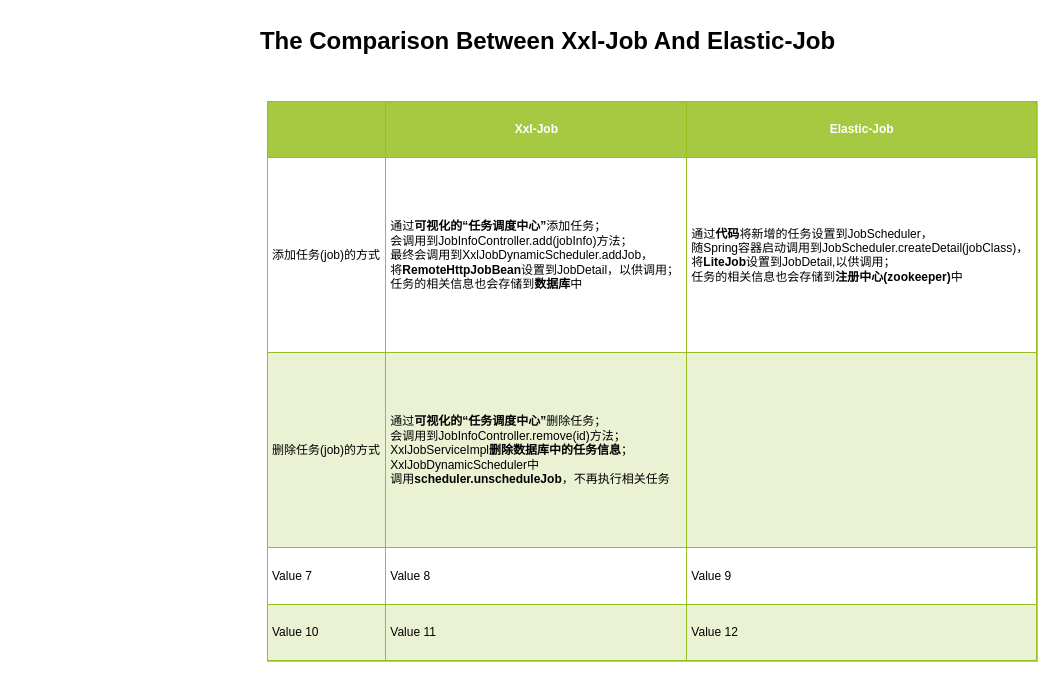
Earlier version of the draw.io diagram xxl-job/The Comparison Between Xxl-Job And Elastic-Job.drawio (llrrbaba/BlogList). Source tidied: cells renumbered, new cells numbered last; positions are measured from the earlier drawing's top-left corner, leaving out a move shared by most shapes. Both pictures are drawn from the tidied source at 100%, with x=0, y=0 at pixel (157, 21).
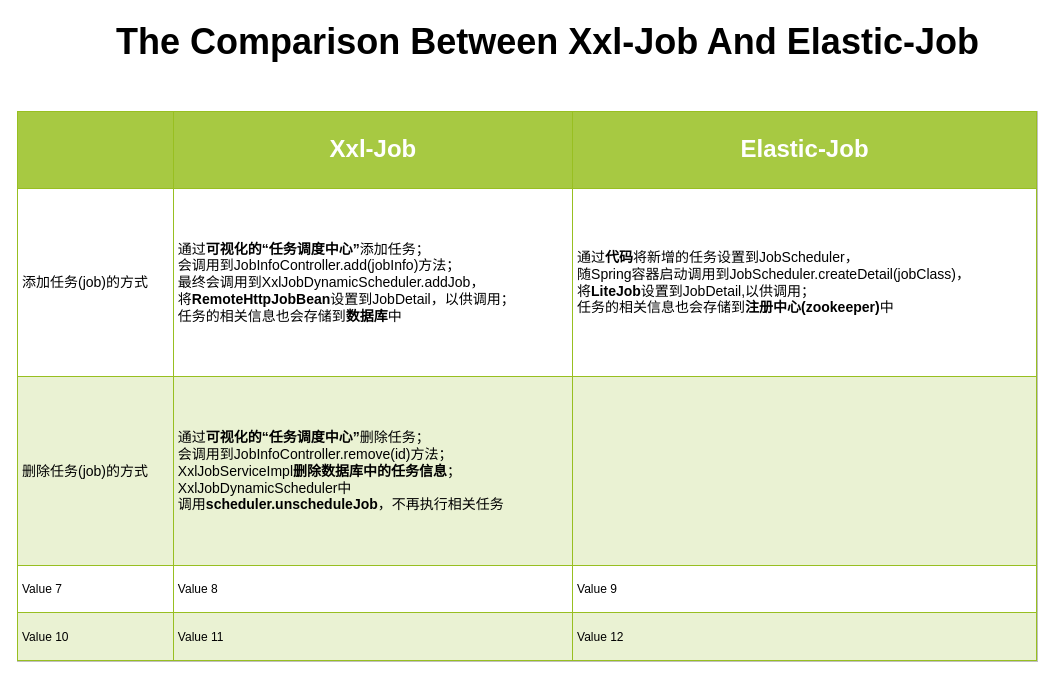
The same diagram, later.

What changed in the source:
```diff
@@
 <mxGraphModel background="#ffffff">
   <root>
     <mxCell id="0" />
     <mxCell id="1" parent="0" />
-    <mxCell id="2" value="The C&lt;span&gt;omparison Between Xxl-Job And Elastic-Job&lt;/span&gt;" style="text;strokeColor=none;fillColor=none;html=1;fontSize=24;fontStyle=1;verticalAlign=middle;align=center;rounded=0;shadow=1;" parent="1" vertex="1">
+    <mxCell id="2" value="&lt;font style=&quot;font-size: 36px&quot;&gt;The C&lt;span&gt;omparison Between Xxl-Job And Elastic-Job&lt;/span&gt;&lt;/font&gt;" style="text;strokeColor=none;fillColor=none;html=1;fontSize=24;fontStyle=1;verticalAlign=middle;align=center;rounded=0;shadow=1;" parent="1" vertex="1">
       <mxGeometry width="780" height="40" as="geometry" />
     </mxCell>
-    <mxCell id="3" value="&lt;table border=&quot;1&quot; width=&quot;100%&quot; cellpadding=&quot;4&quot; style=&quot;width: 100% ; height: 100% ; border-collapse: collapse&quot;&gt;&lt;tbody&gt;&lt;tr style=&quot;background-color: #a7c942 ; color: #ffffff ; border: 1px solid #98bf21&quot;&gt;&lt;th align=&quot;left&quot;&gt;&lt;br&gt;&lt;/th&gt;&lt;th align=&quot;left&quot; style=&quot;text-align: center&quot;&gt;Xxl-Job&lt;/th&gt;&lt;th align=&quot;left&quot; style=&quot;text-align: center&quot;&gt;Elastic-Job&lt;/th&gt;&lt;/tr&gt;&lt;tr style=&quot;border: 1px solid #98bf21&quot;&gt;&lt;td&gt;添加任务(job)的方式&lt;/td&gt;&lt;td&gt;通过&lt;b&gt;可视化的“任务调度中心”&lt;/b&gt;添加任务；&lt;br&gt;会调用到JobInfoController.add(jobInfo)方法；&lt;br&gt;最终会调用到XxlJobDynamicScheduler.addJob，&lt;br&gt;将&lt;b&gt;RemoteHttpJobBean&lt;/b&gt;设置到JobDetail，以供调用；&lt;br&gt;任务的相关信息也会存储到&lt;b&gt;数据库&lt;/b&gt;中&lt;/td&gt;&lt;td&gt;通过&lt;b&gt;代码&lt;/b&gt;将新增的任务设置到JobScheduler，&lt;br&gt;随Spring容器启动调用到JobScheduler.createDetail(jobClass)，&lt;br&gt;将&lt;b&gt;LiteJob&lt;/b&gt;设置到JobDetail,以供调用；&lt;br&gt;任务的相关信息也会存储到&lt;b&gt;注册中心(zookeeper)&lt;/b&gt;中&lt;/td&gt;&lt;/tr&gt;&lt;tr style=&quot;background-color: #eaf2d3 ; border: 1px solid #98bf21&quot;&gt;&lt;td&gt;删除任务(job)的方式&lt;/td&gt;&lt;td&gt;通过&lt;b&gt;可视化的“任务调度中心”&lt;/b&gt;删除任务；&lt;br&gt;会调用到JobInfoController.remove(id)方法；&lt;br&gt;XxlJobServiceImpl&lt;b&gt;删除数据库中的任务信息&lt;/b&gt;；&lt;br&gt;XxlJobDynamicScheduler中&lt;br&gt;调用&lt;b&gt;scheduler&lt;/b&gt;&lt;b&gt;.unscheduleJob&lt;/b&gt;，不再执行相关任务&lt;/td&gt;&lt;td&gt;&lt;br&gt;&lt;/td&gt;&lt;/tr&gt;&lt;tr style=&quot;border: 1px solid #98bf21&quot;&gt;&lt;td&gt;Value 7&lt;/td&gt;&lt;td&gt;Value 8&lt;/td&gt;&lt;td&gt;Value 9&lt;/td&gt;&lt;/tr&gt;&lt;tr style=&quot;background-color: #eaf2d3 ; border: 1px solid #98bf21&quot;&gt;&lt;td&gt;Value 10&lt;/td&gt;&lt;td&gt;Value 11&lt;/td&gt;&lt;td&gt;Value 12&lt;/td&gt;&lt;/tr&gt;&lt;/tbody&gt;&lt;/table&gt;" style="text;html=1;strokeColor=#c0c0c0;fillColor=#ffffff;overflow=fill;rounded=0;" parent="1" vertex="1">
-      <mxGeometry x="110" y="80" width="770" height="560" as="geometry" />
+    <mxCell id="3" value="&lt;table border=&quot;1&quot; width=&quot;100%&quot; cellpadding=&quot;4&quot; style=&quot;width: 100% ; height: 100% ; border-collapse: collapse&quot;&gt;&lt;tbody&gt;&lt;tr style=&quot;background-color: #a7c942 ; color: #ffffff ; border: 1px solid #98bf21&quot;&gt;&lt;th align=&quot;left&quot;&gt;&lt;br&gt;&lt;/th&gt;&lt;th align=&quot;left&quot; style=&quot;text-align: center&quot;&gt;&lt;font style=&quot;font-size: 24px&quot;&gt;Xxl-Job&lt;/font&gt;&lt;/th&gt;&lt;th align=&quot;left&quot; style=&quot;text-align: center&quot;&gt;&lt;font style=&quot;font-size: 24px&quot;&gt;Elastic-Job&lt;/font&gt;&lt;/th&gt;&lt;/tr&gt;&lt;tr style=&quot;border: 1px solid #98bf21&quot;&gt;&lt;td&gt;&lt;font style=&quot;font-size: 14px&quot;&gt;添加任务(job)的方式&lt;/font&gt;&lt;/td&gt;&lt;td&gt;&lt;font style=&quot;font-size: 14px&quot;&gt;通过&lt;b&gt;可视化的“任务调度中心”&lt;/b&gt;添加任务；&lt;br&gt;会调用到JobInfoController.add(jobInfo)方法；&lt;br&gt;最终会调用到XxlJobDynamicScheduler.addJob，&lt;br&gt;将&lt;b&gt;RemoteHttpJobBean&lt;/b&gt;设置到JobDetail，以供调用；&lt;br&gt;任务的相关信息也会存储到&lt;b&gt;数据库&lt;/b&gt;中&lt;/font&gt;&lt;/td&gt;&lt;td&gt;&lt;font style=&quot;font-size: 14px&quot;&gt;通过&lt;b&gt;代码&lt;/b&gt;将新增的任务设置到JobScheduler，&lt;br&gt;随Spring容器启动调用到JobScheduler.createDetail(jobClass)，&lt;br&gt;将&lt;b&gt;LiteJob&lt;/b&gt;设置到JobDetail,以供调用；&lt;br&gt;任务的相关信息也会存储到&lt;b&gt;注册中心(zookeeper)&lt;/b&gt;中&lt;/font&gt;&lt;/td&gt;&lt;/tr&gt;&lt;tr style=&quot;background-color: #eaf2d3 ; border: 1px solid #98bf21&quot;&gt;&lt;td&gt;&lt;font style=&quot;font-size: 14px&quot;&gt;删除任务(job)的方式&lt;/font&gt;&lt;/td&gt;&lt;td&gt;&lt;font style=&quot;font-size: 14px&quot;&gt;通过&lt;b&gt;可视化的“任务调度中心”&lt;/b&gt;删除任务；&lt;br&gt;会调用到JobInfoController.remove(id)方法；&lt;br&gt;XxlJobServiceImpl&lt;b&gt;删除数据库中的任务信息&lt;/b&gt;；&lt;br&gt;XxlJobDynamicScheduler中&lt;br&gt;调用&lt;b&gt;scheduler&lt;/b&gt;&lt;b&gt;.unscheduleJob&lt;/b&gt;，不再执行相关任务&lt;/font&gt;&lt;/td&gt;&lt;td&gt;&lt;br&gt;&lt;/td&gt;&lt;/tr&gt;&lt;tr style=&quot;border: 1px solid #98bf21&quot;&gt;&lt;td&gt;Value 7&lt;/td&gt;&lt;td&gt;Value 8&lt;/td&gt;&lt;td&gt;Value 9&lt;/td&gt;&lt;/tr&gt;&lt;tr style=&quot;background-color: #eaf2d3 ; border: 1px solid #98bf21&quot;&gt;&lt;td&gt;Value 10&lt;/td&gt;&lt;td&gt;Value 11&lt;/td&gt;&lt;td&gt;Value 12&lt;/td&gt;&lt;/tr&gt;&lt;/tbody&gt;&lt;/table&gt;" style="text;html=1;strokeColor=#c0c0c0;fillColor=#ffffff;overflow=fill;rounded=0;" parent="1" vertex="1">
+      <mxGeometry x="-140" y="90" width="1020" height="550" as="geometry" />
     </mxCell>
   </root>
 </mxGraphModel>
```
